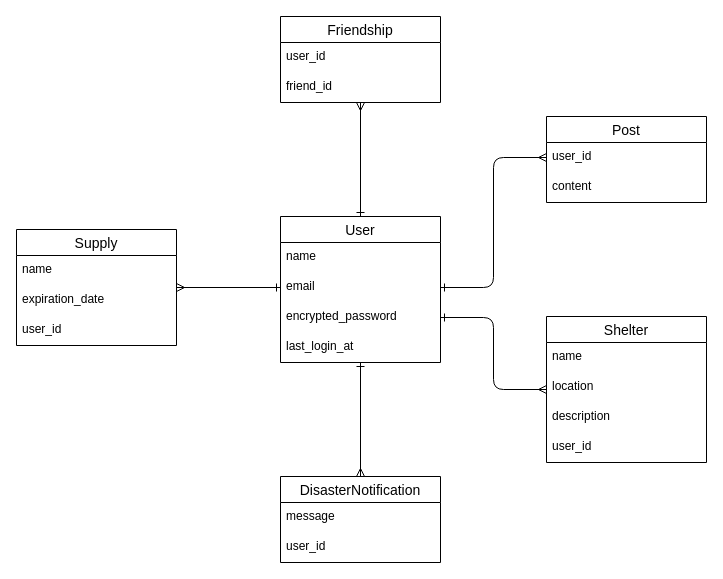
Above: ER.dio in you0626/disaster (draw.io), before the change. Source tidied: cells renumbered, new cells numbered last; positions are measured from the earlier drawing's top-left corner, leaving out a move shared by most shapes. Both pictures are drawn from the tidied source at 100%, with x=0, y=0 at pixel (16, 16).
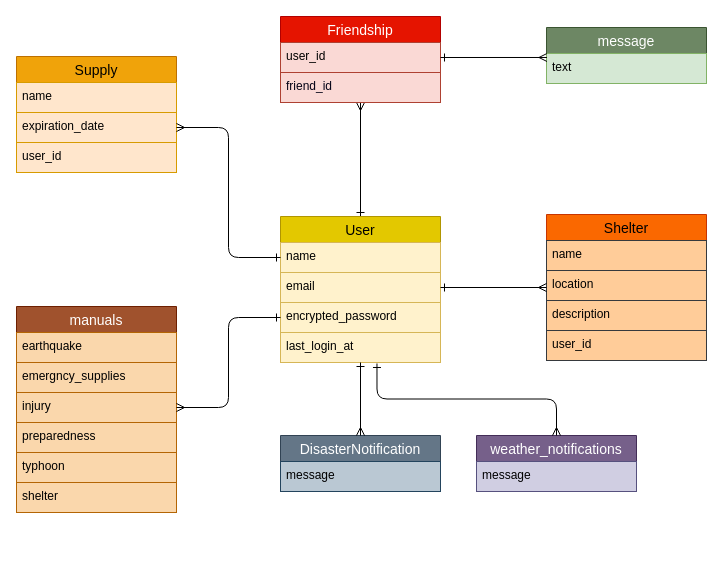
The same page after the edit.

What changed in the source:
```diff
@@
-<mxGraphModel>
+<mxGraphModel background="#ffffff">
@@
-    <mxCell id="2" style="edgeStyle=none;html=1;exitX=0.5;exitY=0;exitDx=0;exitDy=0;startArrow=ERone;startFill=0;endArrow=ERmany;endFill=0;" parent="1" edge="1" source="4" target="9">
+    <mxCell id="2" style="edgeStyle=none;html=1;exitX=0.5;exitY=0;exitDx=0;exitDy=0;startArrow=ERone;startFill=0;endArrow=ERmany;endFill=0;strokeColor=#000000;" parent="1" edge="1" source="4" target="9">
       <mxGeometry relative="1" as="geometry" />
     </mxCell>
-    <mxCell id="3" style="html=1;startArrow=ERone;startFill=0;endArrow=ERmany;endFill=0;" parent="1" edge="1" source="4" target="15">
-      <mxGeometry relative="1" as="geometry" />
-    </mxCell>
-    <mxCell id="4" value="User" style="swimlane;fontStyle=0;horizontal=1;startSize=26;align=center;fontSize=14;" parent="1" vertex="1">
+    <mxCell id="4" value="User" style="swimlane;fontStyle=0;horizontal=1;startSize=26;align=center;fontSize=14;fillColor=#e3c800;strokeColor=#B09500;fontColor=#000000;fillStyle=auto;" parent="1" vertex="1">
       <mxGeometry x="264" y="200" width="160" height="146" as="geometry" />
     </mxCell>
-    <mxCell id="5" value="name" style="text;strokeColor=none;fillColor=none;spacingLeft=4;spacingRight=4;overflow=hidden;points=[[0,0.5],[1,0.5]];portConstraint=eastwest;fontSize=12;" parent="4" vertex="1">
+    <mxCell id="5" value="name" style="text;strokeColor=#d6b656;fillColor=#fff2cc;spacingLeft=4;spacingRight=4;overflow=hidden;points=[[0,0.5],[1,0.5]];portConstraint=eastwest;fontSize=12;fontColor=#000000;" parent="4" vertex="1">
       <mxGeometry y="26" width="160" height="30" as="geometry" />
     </mxCell>
-    <mxCell id="6" value="email" style="text;strokeColor=none;fillColor=none;spacingLeft=4;spacingRight=4;overflow=hidden;points=[[0,0.5],[1,0.5]];portConstraint=eastwest;fontSize=12;" parent="4" vertex="1">
+    <mxCell id="6" value="email" style="text;strokeColor=#d6b656;fillColor=#fff2cc;spacingLeft=4;spacingRight=4;overflow=hidden;points=[[0,0.5],[1,0.5]];portConstraint=eastwest;fontSize=12;fontColor=#000000;" parent="4" vertex="1">
       <mxGeometry y="56" width="160" height="30" as="geometry" />
     </mxCell>
-    <mxCell id="7" value="encrypted_password" style="text;strokeColor=none;fillColor=none;spacingLeft=4;spacingRight=4;overflow=hidden;points=[[0,0.5],[1,0.5]];portConstraint=eastwest;fontSize=12;" parent="4" vertex="1">
+    <mxCell id="7" value="encrypted_password" style="text;strokeColor=#d6b656;fillColor=#fff2cc;spacingLeft=4;spacingRight=4;overflow=hidden;points=[[0,0.5],[1,0.5]];portConstraint=eastwest;fontSize=12;fontColor=#000000;" parent="4" vertex="1">
       <mxGeometry y="86" width="160" height="30" as="geometry" />
     </mxCell>
-    <mxCell id="8" value="last_login_at " style="text;strokeColor=none;fillColor=none;spacingLeft=4;spacingRight=4;overflow=hidden;points=[[0,0.5],[1,0.5]];portConstraint=eastwest;fontSize=12;" parent="4" vertex="1">
+    <mxCell id="8" value="last_login_at " style="text;strokeColor=#d6b656;fillColor=#fff2cc;spacingLeft=4;spacingRight=4;overflow=hidden;points=[[0,0.5],[1,0.5]];portConstraint=eastwest;fontSize=12;fontColor=#000000;" parent="4" vertex="1">
       <mxGeometry y="116" width="160" height="30" as="geometry" />
     </mxCell>
-    <mxCell id="9" value="Friendship" style="swimlane;fontStyle=0;horizontal=1;startSize=26;align=center;fontSize=14;" parent="1" vertex="1">
+    <mxCell id="9" value="Friendship" style="swimlane;fontStyle=0;horizontal=1;startSize=26;align=center;fontSize=14;fillColor=#e51400;fontColor=#ffffff;strokeColor=#B20000;" parent="1" vertex="1">
       <mxGeometry x="264" width="160" height="86" as="geometry" />
     </mxCell>
-    <mxCell id="10" value="user_id" style="text;strokeColor=none;fillColor=none;spacingLeft=4;spacingRight=4;overflow=hidden;points=[[0,0.5],[1,0.5]];portConstraint=eastwest;fontSize=12;" parent="9" vertex="1">
+    <mxCell id="10" value="user_id" style="text;strokeColor=#ae4132;fillColor=#fad9d5;spacingLeft=4;spacingRight=4;overflow=hidden;points=[[0,0.5],[1,0.5]];portConstraint=eastwest;fontSize=12;fontColor=#000000;" parent="9" vertex="1">
       <mxGeometry y="26" width="160" height="30" as="geometry" />
     </mxCell>
-    <mxCell id="11" value="friend_id" style="text;strokeColor=none;fillColor=none;spacingLeft=4;spacingRight=4;overflow=hidden;fontSize=12;" parent="9" vertex="1">
+    <mxCell id="11" value="friend_id" style="text;strokeColor=#ae4132;fillColor=#fad9d5;spacingLeft=4;spacingRight=4;overflow=hidden;fontSize=12;labelBackgroundColor=none;fontColor=#050417;" parent="9" vertex="1">
       <mxGeometry y="56" width="160" height="30" as="geometry" />
     </mxCell>
-    <mxCell id="12" value="Post" style="swimlane;fontStyle=0;horizontal=1;startSize=26;align=center;fontSize=14;" parent="1" vertex="1">
-      <mxGeometry x="530" y="100" width="160" height="86" as="geometry" />
-    </mxCell>
-    <mxCell id="13" value="user_id" style="text;strokeColor=none;fillColor=none;spacingLeft=4;spacingRight=4;overflow=hidden;points=[[0,0.5],[1,0.5]];portConstraint=eastwest;fontSize=12;" parent="12" vertex="1">
-      <mxGeometry y="26" width="160" height="30" as="geometry" />
-    </mxCell>
-    <mxCell id="14" value="content" style="text;strokeColor=none;fillColor=none;spacingLeft=4;spacingRight=4;overflow=hidden;fontSize=12;" parent="12" vertex="1">
-      <mxGeometry y="56" width="160" height="30" as="geometry" />
-    </mxCell>
-    <mxCell id="15" value="DisasterNotification" style="swimlane;fontStyle=0;horizontal=1;startSize=26;align=center;fontSize=14;" parent="1" vertex="1">
-      <mxGeometry x="264" y="460" width="160" height="86" as="geometry" />
+    <mxCell id="15" value="DisasterNotification" style="swimlane;fontStyle=0;horizontal=1;startSize=26;align=center;fontSize=14;fillColor=#647687;fontColor=#ffffff;strokeColor=#314354;" parent="1" vertex="1">
+      <mxGeometry x="264" y="419" width="160" height="56" as="geometry" />
     </mxCell>
-    <mxCell id="16" value="message" style="text;strokeColor=none;fillColor=none;spacingLeft=4;spacingRight=4;overflow=hidden;fontSize=12;" parent="15" vertex="1">
+    <mxCell id="16" value="message" style="text;strokeColor=#23445d;fillColor=#bac8d3;spacingLeft=4;spacingRight=4;overflow=hidden;fontSize=12;fontColor=#000000;" parent="15" vertex="1">
       <mxGeometry y="26" width="160" height="30" as="geometry" />
     </mxCell>
-    <mxCell id="17" value="user_id" style="text;strokeColor=none;fillColor=none;spacingLeft=4;spacingRight=4;overflow=hidden;fontSize=12;" parent="15" vertex="1">
-      <mxGeometry y="56" width="160" height="30" as="geometry" />
-    </mxCell>
-    <mxCell id="18" value="Shelter" style="swimlane;fontStyle=0;horizontal=1;startSize=26;align=center;fontSize=14;" parent="1" vertex="1">
-      <mxGeometry x="530" y="300" width="160" height="146" as="geometry" />
+    <mxCell id="18" value="Shelter" style="swimlane;fontStyle=0;horizontal=1;startSize=26;align=center;fontSize=14;fillColor=#fa6800;strokeColor=#C73500;fontColor=#000000;labelBorderColor=none;labelBackgroundColor=none;" parent="1" vertex="1">
+      <mxGeometry x="530" y="198" width="160" height="146" as="geometry" />
     </mxCell>
-    <mxCell id="19" value="name" style="text;strokeColor=none;fillColor=none;spacingLeft=4;spacingRight=4;overflow=hidden;fontSize=12;" parent="18" vertex="1">
+    <mxCell id="19" value="name" style="text;strokeColor=#36393d;fillColor=#ffcc99;spacingLeft=4;spacingRight=4;overflow=hidden;fontSize=12;fontColor=#000000;" parent="18" vertex="1">
       <mxGeometry y="26" width="160" height="30" as="geometry" />
     </mxCell>
-    <mxCell id="20" value="location" style="text;strokeColor=none;fillColor=none;spacingLeft=4;spacingRight=4;overflow=hidden;fontSize=12;" parent="18" vertex="1">
+    <mxCell id="20" value="location" style="text;strokeColor=#36393d;fillColor=#ffcc99;spacingLeft=4;spacingRight=4;overflow=hidden;fontSize=12;fontColor=#000000;" parent="18" vertex="1">
       <mxGeometry y="56" width="160" height="30" as="geometry" />
     </mxCell>
-    <mxCell id="21" value="description" style="text;strokeColor=none;fillColor=none;spacingLeft=4;spacingRight=4;overflow=hidden;fontSize=12;" parent="18" vertex="1">
+    <mxCell id="21" value="description" style="text;strokeColor=#36393d;fillColor=#ffcc99;spacingLeft=4;spacingRight=4;overflow=hidden;fontSize=12;fontColor=#000000;" parent="18" vertex="1">
       <mxGeometry y="86" width="160" height="30" as="geometry" />
     </mxCell>
-    <mxCell id="22" value="user_id" style="text;strokeColor=none;fillColor=none;spacingLeft=4;spacingRight=4;overflow=hidden;fontSize=12;" parent="18" vertex="1">
+    <mxCell id="22" value="user_id" style="text;strokeColor=#36393d;fillColor=#ffcc99;spacingLeft=4;spacingRight=4;overflow=hidden;fontSize=12;fontColor=#000000;" parent="18" vertex="1">
       <mxGeometry y="116" width="160" height="30" as="geometry" />
     </mxCell>
-    <mxCell id="23" value="Supply" style="swimlane;fontStyle=0;horizontal=1;startSize=26;align=center;fontSize=14;" parent="1" vertex="1">
-      <mxGeometry y="213" width="160" height="116" as="geometry" />
+    <mxCell id="23" value="Supply" style="swimlane;fontStyle=0;horizontal=1;startSize=26;align=center;fontSize=14;fillColor=#f0a30a;fontColor=#000000;strokeColor=#BD7000;" parent="1" vertex="1">
+      <mxGeometry y="40" width="160" height="116" as="geometry" />
     </mxCell>
-    <mxCell id="24" value="name" style="text;strokeColor=none;fillColor=none;spacingLeft=4;spacingRight=4;overflow=hidden;fontSize=12;" parent="23" vertex="1">
+    <mxCell id="24" value="name" style="text;strokeColor=#d79b00;fillColor=#ffe6cc;spacingLeft=4;spacingRight=4;overflow=hidden;fontSize=12;fontColor=#000000;" parent="23" vertex="1">
       <mxGeometry y="26" width="160" height="30" as="geometry" />
     </mxCell>
-    <mxCell id="25" value="expiration_date" style="text;strokeColor=none;fillColor=none;spacingLeft=4;spacingRight=4;overflow=hidden;points=[[0,0.5],[1,0.5]];portConstraint=eastwest;fontSize=12;" parent="23" vertex="1">
+    <mxCell id="25" value="expiration_date" style="text;strokeColor=#d79b00;fillColor=#ffe6cc;spacingLeft=4;spacingRight=4;overflow=hidden;points=[[0,0.5],[1,0.5]];portConstraint=eastwest;fontSize=12;fontColor=#000000;" parent="23" vertex="1">
       <mxGeometry y="56" width="160" height="30" as="geometry" />
     </mxCell>
-    <mxCell id="26" value="user_id" style="text;strokeColor=none;fillColor=none;spacingLeft=4;spacingRight=4;overflow=hidden;fontSize=12;" parent="23" vertex="1">
+    <mxCell id="26" value="user_id" style="text;strokeColor=#d79b00;fillColor=#ffe6cc;spacingLeft=4;spacingRight=4;overflow=hidden;fontSize=12;fontColor=#000000;" parent="23" vertex="1">
       <mxGeometry y="86" width="160" height="30" as="geometry" />
     </mxCell>
-    <mxCell id="27" style="edgeStyle=none;html=1;exitX=0;exitY=0.5;exitDx=0;exitDy=0;endArrow=ERmany;endFill=0;startArrow=ERone;startFill=0;" parent="1" edge="1" source="6" target="23">
+    <mxCell id="27" style="edgeStyle=orthogonalEdgeStyle;html=1;exitX=0;exitY=0.5;exitDx=0;exitDy=0;endArrow=ERmany;endFill=0;startArrow=ERone;startFill=0;strokeColor=#000000;" parent="1" edge="1" source="5" target="25">
       <mxGeometry relative="1" as="geometry" />
     </mxCell>
-    <mxCell id="28" style="edgeStyle=orthogonalEdgeStyle;html=1;exitX=1;exitY=0.5;exitDx=0;exitDy=0;entryX=0;entryY=0.5;entryDx=0;entryDy=0;startArrow=ERone;startFill=0;endArrow=ERmany;endFill=0;" parent="1" edge="1" source="6" target="13">
-      <mxGeometry relative="1" as="geometry" />
-    </mxCell>
-    <mxCell id="29" style="edgeStyle=orthogonalEdgeStyle;html=1;exitX=1;exitY=0.5;exitDx=0;exitDy=0;startArrow=ERone;startFill=0;endArrow=ERmany;endFill=0;" parent="1" edge="1" source="7" target="18">
+    <mxCell id="29" style="html=1;exitX=1;exitY=0.5;exitDx=0;exitDy=0;startArrow=ERone;startFill=0;endArrow=ERmany;endFill=0;strokeColor=#000000;" parent="1" edge="1" source="6" target="18">
       <mxGeometry relative="1" as="geometry" />
     </mxCell>
+    <mxCell id="30" value="message" style="swimlane;fontStyle=0;horizontal=1;startSize=26;align=center;fontSize=14;fillColor=#6d8764;fontColor=#ffffff;strokeColor=#3A5431;" parent="1" vertex="1">
+      <mxGeometry x="530" y="11" width="160" height="56" as="geometry" />
+    </mxCell>
+    <mxCell id="31" value="text" style="text;strokeColor=#82b366;fillColor=#d5e8d4;spacingLeft=4;spacingRight=4;overflow=hidden;points=[[0,0.5],[1,0.5]];portConstraint=eastwest;fontSize=12;fontColor=#000000;" parent="30" vertex="1">
+      <mxGeometry y="26" width="160" height="30" as="geometry" />
+    </mxCell>
+    <mxCell id="32" style="endArrow=ERone;html=1;rounded=0;entryX=1;entryY=0.5;entryDx=0;entryDy=0;exitX=0.003;exitY=0.133;exitDx=0;exitDy=0;exitPerimeter=0;startArrow=ERmany;startFill=0;endFill=0;strokeColor=#000000;" parent="1" edge="1" source="31" target="10">
+      <mxGeometry relative="1" as="geometry" />
+    </mxCell>
+    <mxCell id="33" value="manuals" style="swimlane;fontStyle=0;horizontal=1;startSize=26;align=center;fontSize=14;fillColor=#a0522d;fontColor=#ffffff;strokeColor=#6D1F00;" parent="1" vertex="1">
+      <mxGeometry y="290" width="160" height="206" as="geometry" />
+    </mxCell>
+    <mxCell id="34" value="earthquake" style="text;strokeColor=#b46504;fillColor=#fad7ac;spacingLeft=4;spacingRight=4;overflow=hidden;fontSize=12;fontColor=#000000;" parent="33" vertex="1">
+      <mxGeometry y="26" width="160" height="30" as="geometry" />
+    </mxCell>
+    <mxCell id="35" value="emergncy_supplies" style="text;strokeColor=#b46504;fillColor=#fad7ac;spacingLeft=4;spacingRight=4;overflow=hidden;fontSize=12;fontColor=#000000;" parent="33" vertex="1">
+      <mxGeometry y="56" width="160" height="30" as="geometry" />
+    </mxCell>
+    <mxCell id="36" value="injury" style="text;strokeColor=#b46504;fillColor=#fad7ac;spacingLeft=4;spacingRight=4;overflow=hidden;points=[[0,0.5],[1,0.5]];portConstraint=eastwest;fontSize=12;fontColor=#000000;" parent="33" vertex="1">
+      <mxGeometry y="86" width="160" height="30" as="geometry" />
+    </mxCell>
+    <mxCell id="37" value="preparedness" style="text;strokeColor=#b46504;fillColor=#fad7ac;spacingLeft=4;spacingRight=4;overflow=hidden;fontSize=12;fontColor=#000000;" parent="33" vertex="1">
+      <mxGeometry y="116" width="160" height="30" as="geometry" />
+    </mxCell>
+    <mxCell id="38" value="typhoon" style="text;strokeColor=#b46504;fillColor=#fad7ac;spacingLeft=4;spacingRight=4;overflow=hidden;fontSize=12;fontColor=#000000;" parent="33" vertex="1">
+      <mxGeometry y="146" width="160" height="30" as="geometry" />
+    </mxCell>
+    <mxCell id="39" value="shelter" style="text;strokeColor=#b46504;fillColor=#fad7ac;spacingLeft=4;spacingRight=4;overflow=hidden;fontSize=12;fontColor=#000000;" parent="33" vertex="1">
+      <mxGeometry y="176" width="160" height="30" as="geometry" />
+    </mxCell>
+    <mxCell id="40" value="weather_notifications" style="swimlane;fontStyle=0;horizontal=1;startSize=26;align=center;fontSize=14;fillColor=#76608a;fontColor=#ffffff;strokeColor=#432D57;" parent="1" vertex="1">
+      <mxGeometry x="460" y="419" width="160" height="56" as="geometry" />
+    </mxCell>
+    <mxCell id="41" value="message" style="text;strokeColor=#56517e;fillColor=#d0cee2;spacingLeft=4;spacingRight=4;overflow=hidden;fontSize=12;fontColor=#000000;" parent="40" vertex="1">
+      <mxGeometry y="26" width="160" height="30" as="geometry" />
+    </mxCell>
+    <mxCell id="42" style="edgeStyle=orthogonalEdgeStyle;fontSize=12;html=1;endArrow=ERone;endFill=1;entryX=0;entryY=0.5;entryDx=0;entryDy=0;startArrow=ERmany;startFill=0;strokeColor=#000000;" parent="1" edge="1" source="36" target="7">
+      <mxGeometry relative="1" as="geometry" />
+    </mxCell>
+    <mxCell id="43" style="endArrow=ERmany;html=1;rounded=0;entryX=0.5;entryY=0;entryDx=0;entryDy=0;startArrow=ERone;startFill=0;endFill=0;strokeColor=#000000;" parent="1" edge="1" source="8" target="15">
+      <mxGeometry relative="1" as="geometry" />
+    </mxCell>
+    <mxCell id="44" style="endArrow=ERmany;html=1;rounded=1;startArrow=ERone;startFill=0;edgeStyle=orthogonalEdgeStyle;exitX=0.603;exitY=1.033;exitDx=0;exitDy=0;exitPerimeter=0;endFill=0;strokeColor=#000000;" parent="1" edge="1" source="8" target="40">
+      <mxGeometry relative="1" as="geometry" />
+    </mxCell>
```
